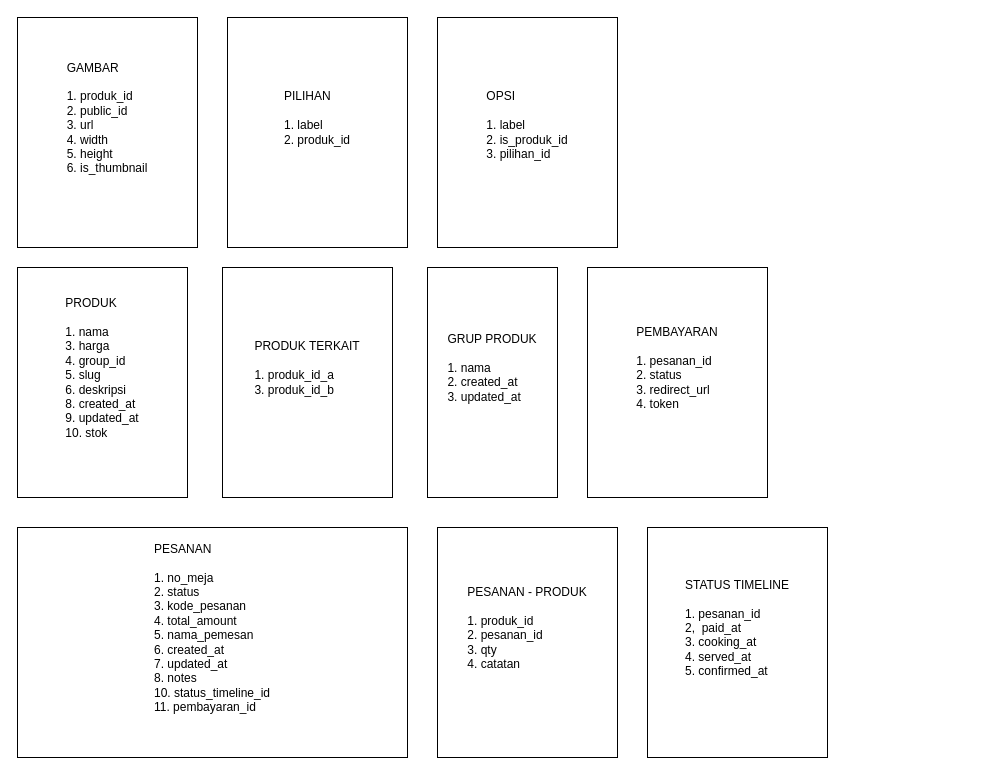
Before: self-order.drawio in haveacigarzt/self-order-backend, a draw.io diagram. Source tidied: cells renumbered, new cells numbered last; positions are measured from the earlier drawing's top-left corner, leaving out a move shared by most shapes. Both pictures are drawn from the tidied source at 100%, with x=0, y=0 at pixel (17, 17).
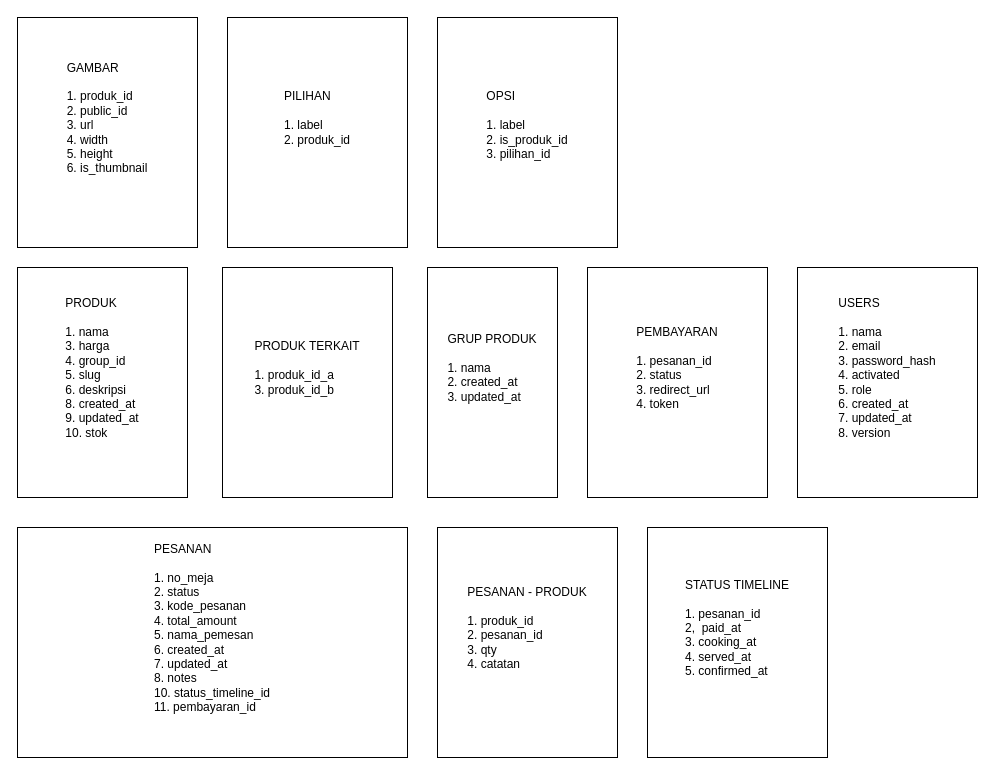
After the change.

Diff of the diagram source:
```diff
@@
 <mxGraphModel>
   <root>
     <mxCell id="0" />
     <mxCell id="1" parent="0" />
     <mxCell id="2" value="&lt;div style=&quot;text-align: justify;&quot;&gt;&lt;span style=&quot;background-color: transparent; color: light-dark(rgb(0, 0, 0), rgb(255, 255, 255));&quot;&gt;PRODUK&lt;/span&gt;&lt;/div&gt;&lt;div style=&quot;text-align: justify;&quot;&gt;&lt;span style=&quot;background-color: transparent; color: light-dark(rgb(0, 0, 0), rgb(255, 255, 255));&quot;&gt;&lt;br&gt;&lt;/span&gt;&lt;/div&gt;&lt;div style=&quot;text-align: justify;&quot;&gt;&lt;span style=&quot;background-color: transparent; color: light-dark(rgb(0, 0, 0), rgb(255, 255, 255));&quot;&gt;1. nama&lt;/span&gt;&lt;/div&gt;&lt;div style=&quot;text-align: justify;&quot;&gt;&lt;span style=&quot;background-color: transparent; color: light-dark(rgb(0, 0, 0), rgb(255, 255, 255));&quot;&gt;3. harga&lt;/span&gt;&lt;/div&gt;&lt;div style=&quot;text-align: justify;&quot;&gt;&lt;span style=&quot;background-color: transparent; color: light-dark(rgb(0, 0, 0), rgb(255, 255, 255));&quot;&gt;4. group_id&lt;/span&gt;&lt;/div&gt;&lt;div style=&quot;text-align: justify;&quot;&gt;&lt;span style=&quot;background-color: transparent; color: light-dark(rgb(0, 0, 0), rgb(255, 255, 255));&quot;&gt;5. slug&lt;/span&gt;&lt;/div&gt;&lt;div style=&quot;text-align: justify;&quot;&gt;&lt;span style=&quot;background-color: transparent; color: light-dark(rgb(0, 0, 0), rgb(255, 255, 255));&quot;&gt;6. deskripsi&lt;/span&gt;&lt;/div&gt;&lt;div style=&quot;text-align: justify;&quot;&gt;&lt;span style=&quot;background-color: transparent; color: light-dark(rgb(0, 0, 0), rgb(255, 255, 255));&quot;&gt;8. created_at&lt;/span&gt;&lt;/div&gt;&lt;div style=&quot;text-align: justify;&quot;&gt;&lt;span style=&quot;background-color: transparent; color: light-dark(rgb(0, 0, 0), rgb(255, 255, 255));&quot;&gt;9. updated_at&lt;/span&gt;&lt;/div&gt;&lt;div style=&quot;text-align: justify;&quot;&gt;&lt;span style=&quot;background-color: transparent; color: light-dark(rgb(0, 0, 0), rgb(255, 255, 255));&quot;&gt;10. stok&lt;/span&gt;&lt;/div&gt;&lt;div style=&quot;text-align: justify;&quot;&gt;&lt;span style=&quot;background-color: transparent; color: light-dark(rgb(0, 0, 0), rgb(255, 255, 255));&quot;&gt;&lt;br&gt;&lt;/span&gt;&lt;/div&gt;&lt;div style=&quot;text-align: justify;&quot;&gt;&lt;span style=&quot;background-color: transparent; color: light-dark(rgb(0, 0, 0), rgb(255, 255, 255));&quot;&gt;&lt;br&gt;&lt;/span&gt;&lt;/div&gt;" style="rounded=0;whiteSpace=wrap;html=1;" parent="1" vertex="1">
       <mxGeometry y="250" width="170" height="230" as="geometry" />
     </mxCell>
     <mxCell id="3" value="&lt;div style=&quot;text-align: justify;&quot;&gt;&lt;span style=&quot;background-color: transparent; color: light-dark(rgb(0, 0, 0), rgb(255, 255, 255));&quot;&gt;PESANAN&lt;/span&gt;&lt;/div&gt;&lt;div style=&quot;text-align: justify;&quot;&gt;&lt;span style=&quot;background-color: transparent; color: light-dark(rgb(0, 0, 0), rgb(255, 255, 255));&quot;&gt;&lt;br&gt;&lt;/span&gt;&lt;/div&gt;&lt;div style=&quot;text-align: justify;&quot;&gt;&lt;span style=&quot;background-color: transparent; color: light-dark(rgb(0, 0, 0), rgb(255, 255, 255));&quot;&gt;1. no_meja&lt;/span&gt;&lt;/div&gt;&lt;div style=&quot;text-align: justify;&quot;&gt;&lt;span style=&quot;background-color: transparent; color: light-dark(rgb(0, 0, 0), rgb(255, 255, 255));&quot;&gt;2. status&lt;/span&gt;&lt;/div&gt;&lt;div style=&quot;text-align: justify;&quot;&gt;&lt;span style=&quot;background-color: transparent; color: light-dark(rgb(0, 0, 0), rgb(255, 255, 255));&quot;&gt;3. kode_pesanan&lt;/span&gt;&lt;/div&gt;&lt;div style=&quot;text-align: justify;&quot;&gt;&lt;span style=&quot;background-color: transparent; color: light-dark(rgb(0, 0, 0), rgb(255, 255, 255));&quot;&gt;4. total_amount&lt;/span&gt;&lt;/div&gt;&lt;div style=&quot;text-align: justify;&quot;&gt;&lt;span style=&quot;background-color: transparent; color: light-dark(rgb(0, 0, 0), rgb(255, 255, 255));&quot;&gt;5. nama_pemesan&lt;/span&gt;&lt;/div&gt;&lt;div style=&quot;text-align: justify;&quot;&gt;&lt;span style=&quot;background-color: transparent; color: light-dark(rgb(0, 0, 0), rgb(255, 255, 255));&quot;&gt;6. created_at&lt;/span&gt;&lt;/div&gt;&lt;div style=&quot;text-align: justify;&quot;&gt;&lt;span style=&quot;background-color: transparent; color: light-dark(rgb(0, 0, 0), rgb(255, 255, 255));&quot;&gt;7. updated_at&lt;/span&gt;&lt;/div&gt;&lt;div style=&quot;text-align: justify;&quot;&gt;8. notes&lt;/div&gt;&lt;div style=&quot;text-align: justify;&quot;&gt;&lt;span style=&quot;background-color: transparent; color: light-dark(rgb(0, 0, 0), rgb(255, 255, 255));&quot;&gt;10. status_timeline_id&lt;/span&gt;&lt;/div&gt;&lt;div style=&quot;text-align: justify;&quot;&gt;11. pembayaran_id&lt;/div&gt;&lt;div style=&quot;text-align: justify;&quot;&gt;&lt;span style=&quot;background-color: transparent; color: light-dark(rgb(0, 0, 0), rgb(255, 255, 255));&quot;&gt;&lt;br&gt;&lt;/span&gt;&lt;/div&gt;&lt;div style=&quot;text-align: justify;&quot;&gt;&lt;span style=&quot;background-color: transparent; color: light-dark(rgb(0, 0, 0), rgb(255, 255, 255));&quot;&gt;&lt;br&gt;&lt;/span&gt;&lt;/div&gt;" style="rounded=0;whiteSpace=wrap;html=1;" parent="1" vertex="1">
       <mxGeometry y="510" width="390" height="230" as="geometry" />
     </mxCell>
     <mxCell id="4" value="&lt;div style=&quot;text-align: justify;&quot;&gt;GRUP PRODUK&lt;/div&gt;&lt;div style=&quot;text-align: justify;&quot;&gt;&lt;span style=&quot;background-color: transparent; color: light-dark(rgb(0, 0, 0), rgb(255, 255, 255));&quot;&gt;&lt;br&gt;&lt;/span&gt;&lt;/div&gt;&lt;div style=&quot;text-align: justify;&quot;&gt;&lt;span style=&quot;background-color: transparent; color: light-dark(rgb(0, 0, 0), rgb(255, 255, 255));&quot;&gt;1. nama&lt;/span&gt;&lt;/div&gt;&lt;div style=&quot;text-align: justify;&quot;&gt;&lt;span style=&quot;background-color: transparent; color: light-dark(rgb(0, 0, 0), rgb(255, 255, 255));&quot;&gt;2. created_at&lt;/span&gt;&lt;/div&gt;&lt;div style=&quot;text-align: justify;&quot;&gt;&lt;span style=&quot;background-color: transparent; color: light-dark(rgb(0, 0, 0), rgb(255, 255, 255));&quot;&gt;3. updated_at&lt;/span&gt;&lt;/div&gt;&lt;div style=&quot;text-align: justify;&quot;&gt;&lt;span style=&quot;background-color: transparent; color: light-dark(rgb(0, 0, 0), rgb(255, 255, 255));&quot;&gt;&lt;br&gt;&lt;/span&gt;&lt;/div&gt;&lt;div style=&quot;text-align: justify;&quot;&gt;&lt;span style=&quot;background-color: transparent; color: light-dark(rgb(0, 0, 0), rgb(255, 255, 255));&quot;&gt;&lt;br&gt;&lt;/span&gt;&lt;/div&gt;" style="rounded=0;whiteSpace=wrap;html=1;" parent="1" vertex="1">
       <mxGeometry x="410" y="250" width="130" height="230" as="geometry" />
     </mxCell>
     <mxCell id="5" value="&lt;div style=&quot;text-align: justify;&quot;&gt;PESANAN - PRODUK&lt;/div&gt;&lt;div style=&quot;text-align: justify;&quot;&gt;&lt;span style=&quot;background-color: transparent; color: light-dark(rgb(0, 0, 0), rgb(255, 255, 255));&quot;&gt;&lt;br&gt;&lt;/span&gt;&lt;/div&gt;&lt;div style=&quot;text-align: justify;&quot;&gt;&lt;span style=&quot;background-color: transparent; color: light-dark(rgb(0, 0, 0), rgb(255, 255, 255));&quot;&gt;1. produk_id&lt;/span&gt;&lt;/div&gt;&lt;div style=&quot;text-align: justify;&quot;&gt;&lt;span style=&quot;background-color: transparent; color: light-dark(rgb(0, 0, 0), rgb(255, 255, 255));&quot;&gt;2. pesanan_id&lt;/span&gt;&lt;/div&gt;&lt;div style=&quot;text-align: justify;&quot;&gt;&lt;span style=&quot;background-color: transparent; color: light-dark(rgb(0, 0, 0), rgb(255, 255, 255));&quot;&gt;3. qty&lt;/span&gt;&lt;/div&gt;&lt;div style=&quot;text-align: justify;&quot;&gt;&lt;span style=&quot;background-color: transparent; color: light-dark(rgb(0, 0, 0), rgb(255, 255, 255));&quot;&gt;4. catatan&lt;/span&gt;&lt;/div&gt;&lt;div style=&quot;text-align: justify;&quot;&gt;&lt;span style=&quot;background-color: transparent; color: light-dark(rgb(0, 0, 0), rgb(255, 255, 255));&quot;&gt;&lt;br&gt;&lt;/span&gt;&lt;/div&gt;&lt;div style=&quot;text-align: justify;&quot;&gt;&lt;span style=&quot;background-color: transparent; color: light-dark(rgb(0, 0, 0), rgb(255, 255, 255));&quot;&gt;&lt;br&gt;&lt;/span&gt;&lt;/div&gt;" style="rounded=0;whiteSpace=wrap;html=1;" parent="1" vertex="1">
       <mxGeometry x="420" y="510" width="180" height="230" as="geometry" />
     </mxCell>
     <mxCell id="6" value="&lt;div style=&quot;text-align: justify;&quot;&gt;PEMBAYARAN&lt;/div&gt;&lt;div style=&quot;text-align: justify;&quot;&gt;&lt;span style=&quot;background-color: transparent; color: light-dark(rgb(0, 0, 0), rgb(255, 255, 255));&quot;&gt;&lt;br&gt;&lt;/span&gt;&lt;/div&gt;&lt;div style=&quot;text-align: justify;&quot;&gt;&lt;span style=&quot;background-color: transparent; color: light-dark(rgb(0, 0, 0), rgb(255, 255, 255));&quot;&gt;1. pesanan_id&lt;span style=&quot;white-space: pre;&quot;&gt;&#9;&lt;/span&gt;&lt;/span&gt;&lt;/div&gt;&lt;div style=&quot;text-align: justify;&quot;&gt;&lt;span style=&quot;background-color: transparent; color: light-dark(rgb(0, 0, 0), rgb(255, 255, 255));&quot;&gt;2. status&lt;/span&gt;&lt;/div&gt;&lt;div style=&quot;text-align: justify;&quot;&gt;&lt;span style=&quot;background-color: transparent; color: light-dark(rgb(0, 0, 0), rgb(255, 255, 255));&quot;&gt;3. redirect_url&lt;/span&gt;&lt;/div&gt;&lt;div style=&quot;text-align: justify;&quot;&gt;&lt;span style=&quot;background-color: transparent; color: light-dark(rgb(0, 0, 0), rgb(255, 255, 255));&quot;&gt;4. token&lt;/span&gt;&lt;/div&gt;&lt;div style=&quot;text-align: justify;&quot;&gt;&lt;span style=&quot;background-color: transparent; color: light-dark(rgb(0, 0, 0), rgb(255, 255, 255));&quot;&gt;&lt;br&gt;&lt;/span&gt;&lt;/div&gt;&lt;div style=&quot;text-align: justify;&quot;&gt;&lt;span style=&quot;background-color: transparent; color: light-dark(rgb(0, 0, 0), rgb(255, 255, 255));&quot;&gt;&lt;br&gt;&lt;/span&gt;&lt;/div&gt;" style="rounded=0;whiteSpace=wrap;html=1;" parent="1" vertex="1">
       <mxGeometry x="570" y="250" width="180" height="230" as="geometry" />
     </mxCell>
     <mxCell id="7" value="&lt;div style=&quot;text-align: justify;&quot;&gt;STATUS TIMELINE&lt;/div&gt;&lt;div style=&quot;text-align: justify;&quot;&gt;&lt;span style=&quot;background-color: transparent; color: light-dark(rgb(0, 0, 0), rgb(255, 255, 255));&quot;&gt;&lt;br&gt;&lt;/span&gt;&lt;/div&gt;&lt;div style=&quot;text-align: justify;&quot;&gt;&lt;span style=&quot;background-color: transparent; color: light-dark(rgb(0, 0, 0), rgb(255, 255, 255));&quot;&gt;1. pesanan_id&lt;/span&gt;&lt;/div&gt;&lt;div style=&quot;text-align: justify;&quot;&gt;&lt;span style=&quot;background-color: transparent; color: light-dark(rgb(0, 0, 0), rgb(255, 255, 255));&quot;&gt;2,&amp;nbsp; paid_at&lt;span style=&quot;white-space: pre;&quot;&gt;&#9;&lt;/span&gt;&lt;/span&gt;&lt;/div&gt;&lt;div style=&quot;text-align: justify;&quot;&gt;&lt;span style=&quot;background-color: transparent; color: light-dark(rgb(0, 0, 0), rgb(255, 255, 255));&quot;&gt;3. cooking_at&lt;/span&gt;&lt;/div&gt;&lt;div style=&quot;text-align: justify;&quot;&gt;&lt;span style=&quot;background-color: transparent; color: light-dark(rgb(0, 0, 0), rgb(255, 255, 255));&quot;&gt;4. served_at&lt;/span&gt;&lt;/div&gt;&lt;div style=&quot;text-align: justify;&quot;&gt;&lt;span style=&quot;background-color: transparent; color: light-dark(rgb(0, 0, 0), rgb(255, 255, 255));&quot;&gt;5. confirmed_at&lt;/span&gt;&lt;/div&gt;&lt;div style=&quot;text-align: justify;&quot;&gt;&lt;span style=&quot;background-color: transparent; color: light-dark(rgb(0, 0, 0), rgb(255, 255, 255));&quot;&gt;&lt;br&gt;&lt;/span&gt;&lt;/div&gt;&lt;div style=&quot;text-align: justify;&quot;&gt;&lt;span style=&quot;background-color: transparent; color: light-dark(rgb(0, 0, 0), rgb(255, 255, 255));&quot;&gt;&lt;br&gt;&lt;/span&gt;&lt;/div&gt;" style="rounded=0;whiteSpace=wrap;html=1;" parent="1" vertex="1">
       <mxGeometry x="630" y="510" width="180" height="230" as="geometry" />
     </mxCell>
     <mxCell id="8" value="&lt;div style=&quot;text-align: justify;&quot;&gt;GAMBAR&lt;/div&gt;&lt;div style=&quot;text-align: justify;&quot;&gt;&lt;span style=&quot;background-color: transparent; color: light-dark(rgb(0, 0, 0), rgb(255, 255, 255));&quot;&gt;&lt;br&gt;&lt;/span&gt;&lt;/div&gt;&lt;div style=&quot;text-align: justify;&quot;&gt;&lt;span style=&quot;background-color: transparent; color: light-dark(rgb(0, 0, 0), rgb(255, 255, 255));&quot;&gt;1. produk_id&lt;/span&gt;&lt;/div&gt;&lt;div style=&quot;text-align: justify;&quot;&gt;&lt;span style=&quot;background-color: transparent; color: light-dark(rgb(0, 0, 0), rgb(255, 255, 255));&quot;&gt;2. public_id&lt;span style=&quot;white-space: pre;&quot;&gt;&#9;&lt;/span&gt;&lt;/span&gt;&lt;/div&gt;&lt;div style=&quot;text-align: justify;&quot;&gt;&lt;span style=&quot;background-color: transparent; color: light-dark(rgb(0, 0, 0), rgb(255, 255, 255));&quot;&gt;3. url&lt;/span&gt;&lt;/div&gt;&lt;div style=&quot;text-align: justify;&quot;&gt;&lt;span style=&quot;background-color: transparent; color: light-dark(rgb(0, 0, 0), rgb(255, 255, 255));&quot;&gt;4. width&lt;/span&gt;&lt;/div&gt;&lt;div style=&quot;text-align: justify;&quot;&gt;&lt;span style=&quot;background-color: transparent; color: light-dark(rgb(0, 0, 0), rgb(255, 255, 255));&quot;&gt;5. height&lt;/span&gt;&lt;/div&gt;&lt;div style=&quot;text-align: justify;&quot;&gt;&lt;span style=&quot;background-color: transparent; color: light-dark(rgb(0, 0, 0), rgb(255, 255, 255));&quot;&gt;6. is_thumbnail&lt;/span&gt;&lt;/div&gt;&lt;div style=&quot;text-align: justify;&quot;&gt;&lt;span style=&quot;background-color: transparent; color: light-dark(rgb(0, 0, 0), rgb(255, 255, 255));&quot;&gt;&lt;br&gt;&lt;/span&gt;&lt;/div&gt;&lt;div style=&quot;text-align: justify;&quot;&gt;&lt;span style=&quot;background-color: transparent; color: light-dark(rgb(0, 0, 0), rgb(255, 255, 255));&quot;&gt;&lt;br&gt;&lt;/span&gt;&lt;/div&gt;" style="rounded=0;whiteSpace=wrap;html=1;" parent="1" vertex="1">
       <mxGeometry width="180" height="230" as="geometry" />
     </mxCell>
     <mxCell id="9" value="&lt;div style=&quot;text-align: justify;&quot;&gt;PILIHAN&lt;/div&gt;&lt;div style=&quot;text-align: justify;&quot;&gt;&lt;span style=&quot;background-color: transparent; color: light-dark(rgb(0, 0, 0), rgb(255, 255, 255));&quot;&gt;&lt;br&gt;&lt;/span&gt;&lt;/div&gt;&lt;div style=&quot;text-align: justify;&quot;&gt;&lt;span style=&quot;background-color: transparent; color: light-dark(rgb(0, 0, 0), rgb(255, 255, 255));&quot;&gt;1. label&lt;/span&gt;&lt;/div&gt;&lt;div style=&quot;text-align: justify;&quot;&gt;&lt;span style=&quot;background-color: transparent; color: light-dark(rgb(0, 0, 0), rgb(255, 255, 255));&quot;&gt;2. produk_id&lt;/span&gt;&lt;/div&gt;&lt;div style=&quot;text-align: justify;&quot;&gt;&lt;span style=&quot;background-color: transparent; color: light-dark(rgb(0, 0, 0), rgb(255, 255, 255));&quot;&gt;&lt;br&gt;&lt;/span&gt;&lt;/div&gt;&lt;div style=&quot;text-align: justify;&quot;&gt;&lt;span style=&quot;background-color: transparent; color: light-dark(rgb(0, 0, 0), rgb(255, 255, 255));&quot;&gt;&lt;br&gt;&lt;/span&gt;&lt;/div&gt;" style="rounded=0;whiteSpace=wrap;html=1;" parent="1" vertex="1">
       <mxGeometry x="210" width="180" height="230" as="geometry" />
     </mxCell>
     <mxCell id="10" value="&lt;div style=&quot;text-align: justify;&quot;&gt;OPSI&lt;/div&gt;&lt;div style=&quot;text-align: justify;&quot;&gt;&lt;span style=&quot;background-color: transparent; color: light-dark(rgb(0, 0, 0), rgb(255, 255, 255));&quot;&gt;&lt;br&gt;&lt;/span&gt;&lt;/div&gt;&lt;div style=&quot;text-align: justify;&quot;&gt;&lt;span style=&quot;background-color: transparent; color: light-dark(rgb(0, 0, 0), rgb(255, 255, 255));&quot;&gt;1. label&lt;/span&gt;&lt;/div&gt;&lt;div style=&quot;text-align: justify;&quot;&gt;&lt;span style=&quot;background-color: transparent; color: light-dark(rgb(0, 0, 0), rgb(255, 255, 255));&quot;&gt;2. is_produk_id&lt;/span&gt;&lt;/div&gt;&lt;div style=&quot;text-align: justify;&quot;&gt;&lt;span style=&quot;background-color: transparent; color: light-dark(rgb(0, 0, 0), rgb(255, 255, 255));&quot;&gt;3. pilihan_id&lt;/span&gt;&lt;/div&gt;&lt;div style=&quot;text-align: justify;&quot;&gt;&lt;span style=&quot;background-color: transparent; color: light-dark(rgb(0, 0, 0), rgb(255, 255, 255));&quot;&gt;&lt;br&gt;&lt;/span&gt;&lt;/div&gt;" style="rounded=0;whiteSpace=wrap;html=1;" parent="1" vertex="1">
       <mxGeometry x="420" width="180" height="230" as="geometry" />
     </mxCell>
     <mxCell id="11" value="&lt;div style=&quot;text-align: justify;&quot;&gt;PRODUK TERKAIT&lt;/div&gt;&lt;div style=&quot;text-align: justify;&quot;&gt;&lt;span style=&quot;background-color: transparent; color: light-dark(rgb(0, 0, 0), rgb(255, 255, 255));&quot;&gt;&lt;br&gt;&lt;/span&gt;&lt;/div&gt;&lt;div style=&quot;text-align: justify;&quot;&gt;&lt;span style=&quot;background-color: transparent; color: light-dark(rgb(0, 0, 0), rgb(255, 255, 255));&quot;&gt;1. produk_id_a&lt;/span&gt;&lt;/div&gt;&lt;div style=&quot;text-align: justify;&quot;&gt;&lt;span style=&quot;background-color: transparent; color: light-dark(rgb(0, 0, 0), rgb(255, 255, 255));&quot;&gt;3. produk_id_b&lt;/span&gt;&lt;/div&gt;&lt;div style=&quot;text-align: justify;&quot;&gt;&lt;span style=&quot;background-color: transparent; color: light-dark(rgb(0, 0, 0), rgb(255, 255, 255));&quot;&gt;&lt;br&gt;&lt;/span&gt;&lt;/div&gt;&lt;div style=&quot;text-align: justify;&quot;&gt;&lt;span style=&quot;background-color: transparent; color: light-dark(rgb(0, 0, 0), rgb(255, 255, 255));&quot;&gt;&lt;br&gt;&lt;/span&gt;&lt;/div&gt;" style="rounded=0;whiteSpace=wrap;html=1;" parent="1" vertex="1">
       <mxGeometry x="205" y="250" width="170" height="230" as="geometry" />
     </mxCell>
+    <mxCell id="12" value="&lt;div style=&quot;text-align: justify;&quot;&gt;USERS&lt;/div&gt;&lt;div style=&quot;text-align: justify;&quot;&gt;&lt;span style=&quot;background-color: transparent; color: light-dark(rgb(0, 0, 0), rgb(255, 255, 255));&quot;&gt;&lt;br&gt;&lt;/span&gt;&lt;/div&gt;&lt;div style=&quot;text-align: justify;&quot;&gt;&lt;span style=&quot;background-color: transparent; color: light-dark(rgb(0, 0, 0), rgb(255, 255, 255));&quot;&gt;1. nama&lt;span style=&quot;white-space: pre;&quot;&gt;&#9;&lt;/span&gt;&lt;/span&gt;&lt;/div&gt;&lt;div style=&quot;text-align: justify;&quot;&gt;&lt;span style=&quot;background-color: transparent; color: light-dark(rgb(0, 0, 0), rgb(255, 255, 255));&quot;&gt;2. email&lt;/span&gt;&lt;/div&gt;&lt;div style=&quot;text-align: justify;&quot;&gt;&lt;span style=&quot;background-color: transparent; color: light-dark(rgb(0, 0, 0), rgb(255, 255, 255));&quot;&gt;3. password_hash&lt;/span&gt;&lt;/div&gt;&lt;div style=&quot;text-align: justify;&quot;&gt;&lt;span style=&quot;background-color: transparent; color: light-dark(rgb(0, 0, 0), rgb(255, 255, 255));&quot;&gt;4. activated&lt;/span&gt;&lt;/div&gt;&lt;div style=&quot;text-align: justify;&quot;&gt;&lt;span style=&quot;background-color: transparent; color: light-dark(rgb(0, 0, 0), rgb(255, 255, 255));&quot;&gt;5. role&lt;/span&gt;&lt;/div&gt;&lt;div style=&quot;text-align: justify;&quot;&gt;&lt;span style=&quot;background-color: transparent; color: light-dark(rgb(0, 0, 0), rgb(255, 255, 255));&quot;&gt;6. created_at&lt;/span&gt;&lt;/div&gt;&lt;div style=&quot;text-align: justify;&quot;&gt;&lt;span style=&quot;background-color: transparent; color: light-dark(rgb(0, 0, 0), rgb(255, 255, 255));&quot;&gt;7. updated_at&lt;/span&gt;&lt;/div&gt;&lt;div style=&quot;text-align: justify;&quot;&gt;&lt;span style=&quot;background-color: transparent; color: light-dark(rgb(0, 0, 0), rgb(255, 255, 255));&quot;&gt;8. version&lt;/span&gt;&lt;/div&gt;&lt;div style=&quot;text-align: justify;&quot;&gt;&lt;span style=&quot;background-color: transparent; color: light-dark(rgb(0, 0, 0), rgb(255, 255, 255));&quot;&gt;&lt;br&gt;&lt;/span&gt;&lt;/div&gt;&lt;div style=&quot;text-align: justify;&quot;&gt;&lt;span style=&quot;background-color: transparent; color: light-dark(rgb(0, 0, 0), rgb(255, 255, 255));&quot;&gt;&lt;br&gt;&lt;/span&gt;&lt;/div&gt;" style="rounded=0;whiteSpace=wrap;html=1;" parent="1" vertex="1">
+      <mxGeometry x="780" y="250" width="180" height="230" as="geometry" />
+    </mxCell>
   </root>
 </mxGraphModel>
```
